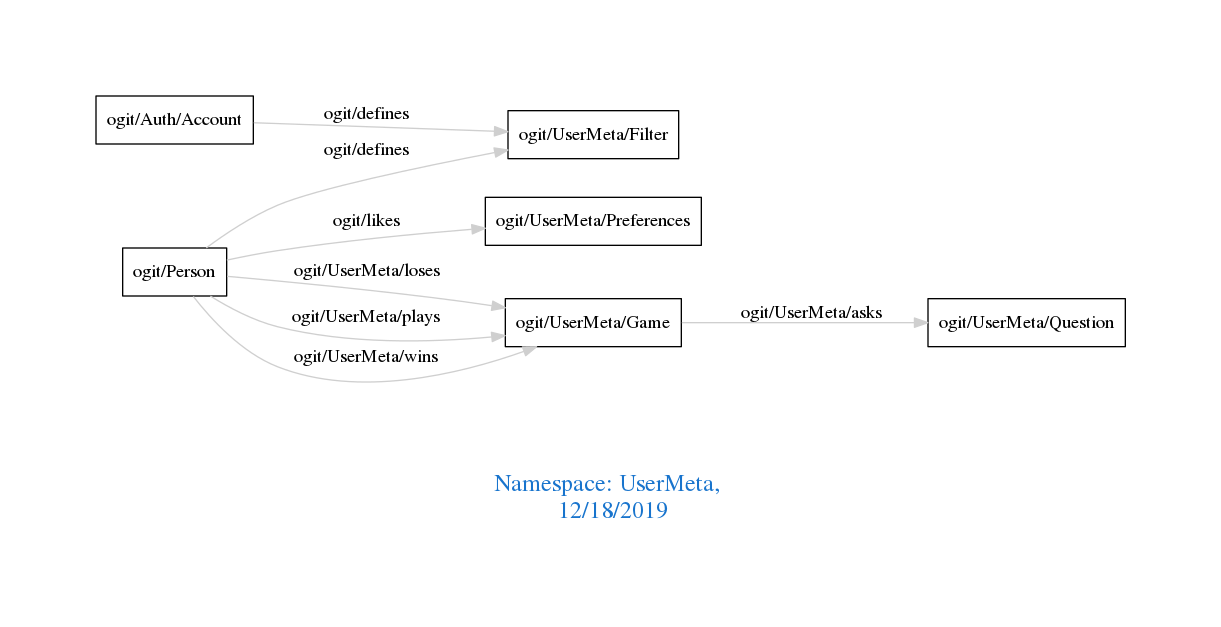
Earlier version of the Graphviz export downloads/UserMeta.png (arago/OGIT). Its source is kept beside it as downloads/UserMeta.dot.
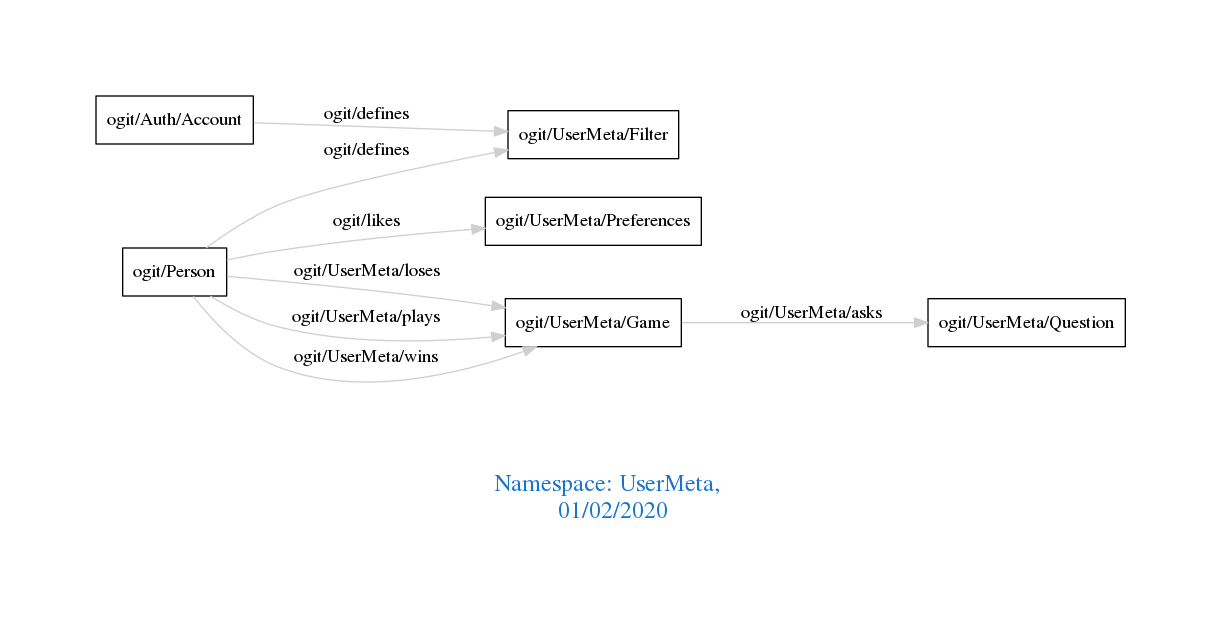
The same file after the commit.

What changed in the source:
```diff
@@ -1,7 +1,7 @@
 digraph OGIT_ontology {
  graph [ rankdir= LR,pad=1
 fontsize = 18,
-fontcolor= dodgerblue3,label = "\n\n\nNamespace: UserMeta, \n 12/18/2019"];
+fontcolor= dodgerblue3,label = "\n\n\nNamespace: UserMeta, \n 01/02/2020"];
 node[shape=polygon];
 edge [  color="gray81"];
 
```
